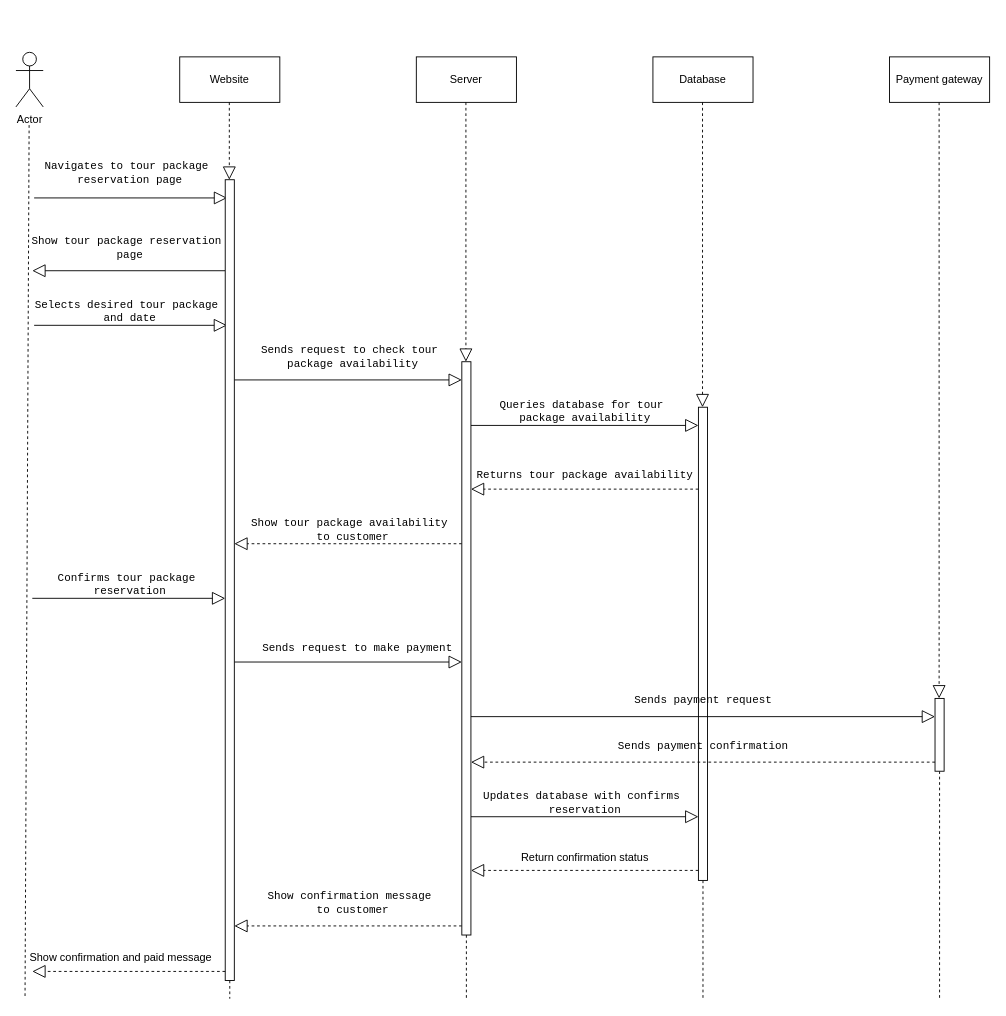
Before: tour package.drawio in CodeSithum/sequencediagram, a draw.io diagram. Source tidied: cells renumbered, new cells numbered last; positions are measured from the earlier drawing's top-left corner, leaving out a move shared by most shapes. Both pictures are drawn from the tidied source at 91%, with x=0, y=0 at pixel (15, 52).
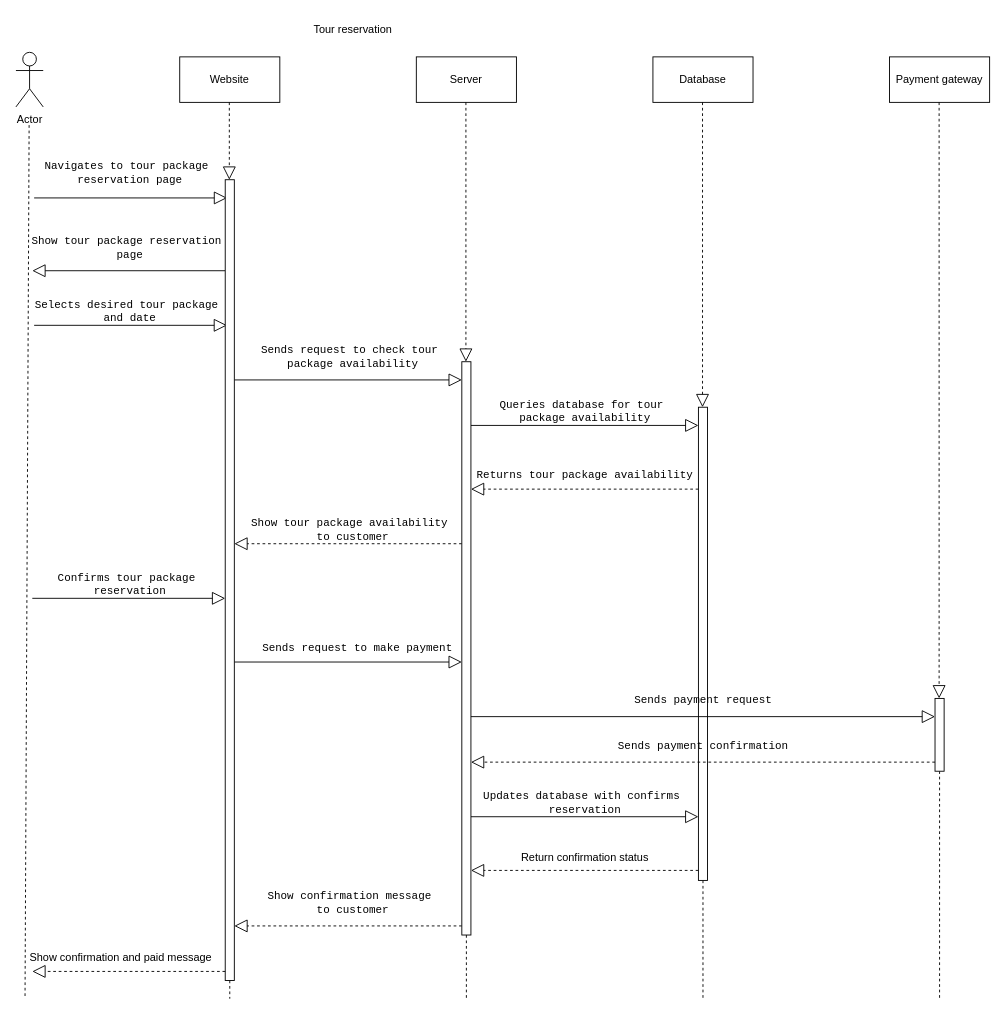
The same diagram, later.

Diff of the diagram source:
```diff
@@
+    <mxCell id="50" value="Tour reservation" style="text;html=1;align=center;verticalAlign=middle;strokeColor=none;fillColor=none;" parent="1" vertex="1">
+      <mxGeometry x="315" y="-40" width="110" height="30" as="geometry" />
+    </mxCell>
```
